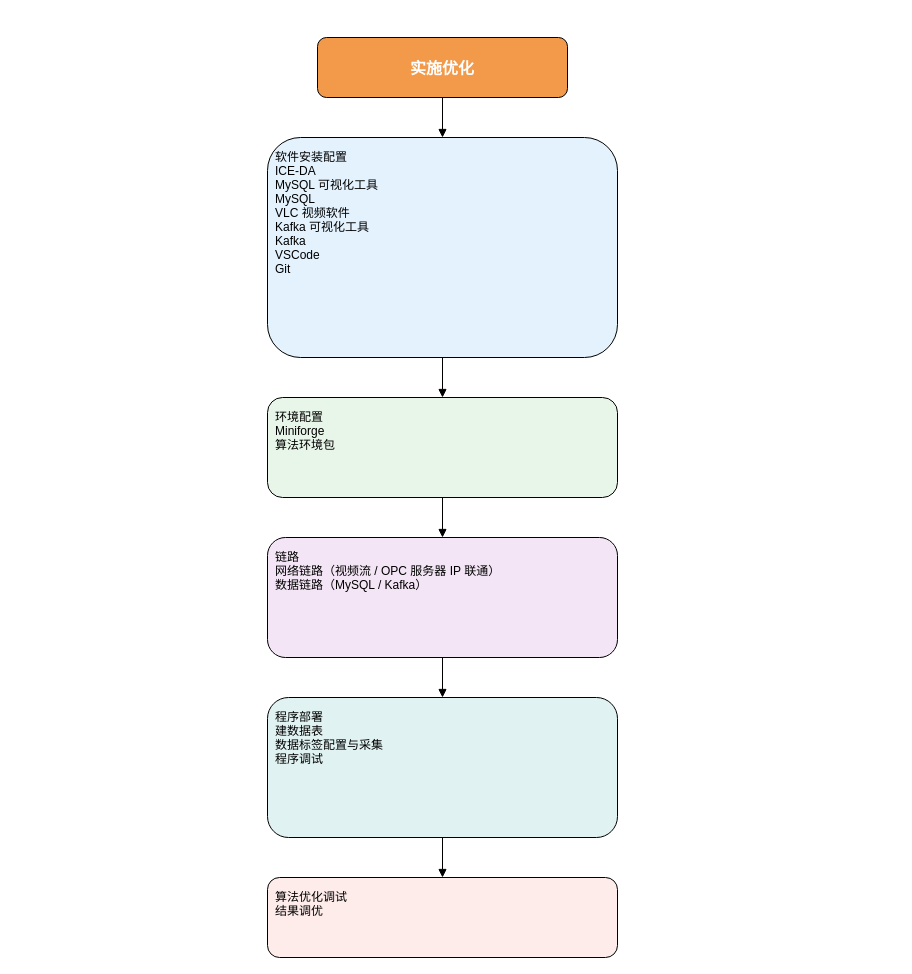
Earlier version of the draw.io diagram 实施优化图.drawio (729973389/picture). Source tidied: cells renumbered, new cells numbered last; positions are measured from the earlier drawing's top-left corner, leaving out a move shared by most shapes. Both pictures are drawn from the tidied source at 100%, with x=0, y=0 at pixel (267, 37).
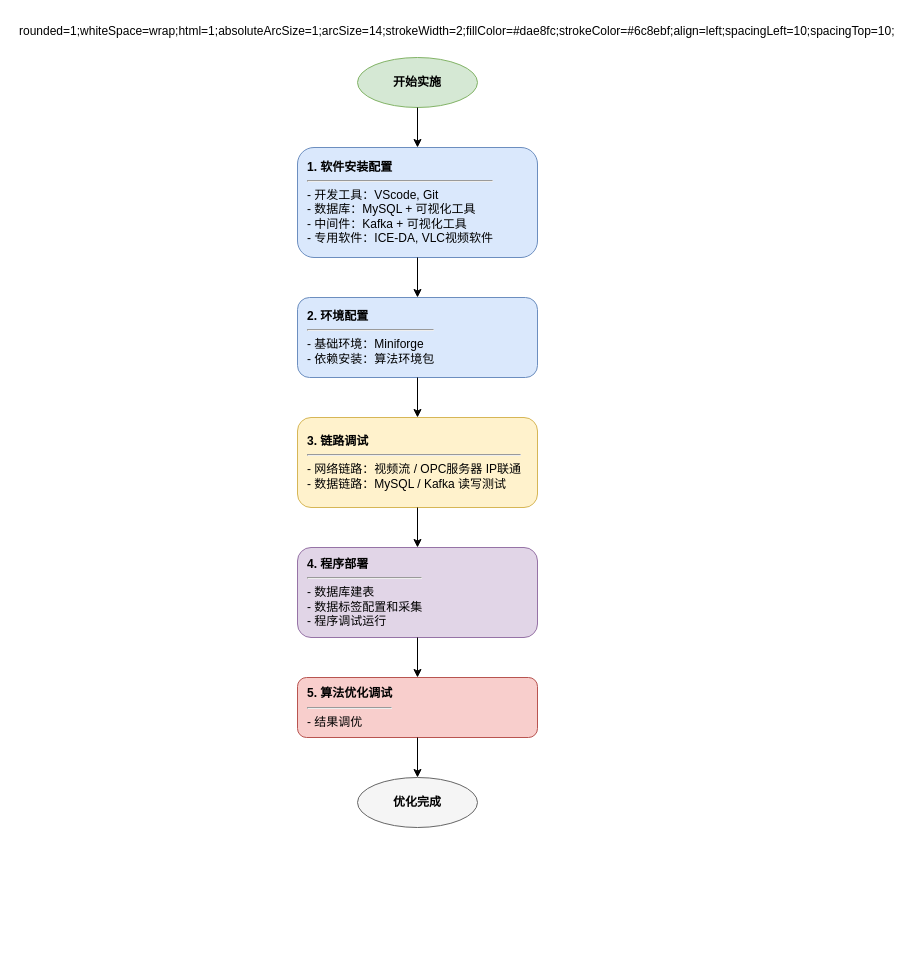
Above is the later version.

Commit message (it also covers changes not shown here):
Update 实施优化图.drawio

Change to the diagram source:
```diff
@@
 <mxGraphModel>
   <root>
     <mxCell id="0" />
     <mxCell id="1" parent="0" />
-    <mxCell id="2" value="实施优化" style="rounded=1;fillColor=#F2994A;fontColor=#FFFFFF;align=center;verticalAlign=middle;fontSize=16;fontStyle=1;" parent="1" vertex="1">
-      <mxGeometry x="50" width="250" height="60" as="geometry" />
-    </mxCell>
-    <mxCell id="3" value="软件安装配置&#10;ICE-DA&#10;MySQL 可视化工具&#10;MySQL&#10;VLC 视频软件&#10;Kafka 可视化工具&#10;Kafka&#10;VSCode&#10;Git" style="rounded=1;fillColor=#E3F2FD;align=left;verticalAlign=top;spacing=8;" parent="1" vertex="1">
-      <mxGeometry y="100" width="350" height="220" as="geometry" />
-    </mxCell>
-    <mxCell id="4" style="endArrow=block;" parent="1" edge="1" source="2" target="3">
-      <mxGeometry relative="1" as="geometry" />
-    </mxCell>
-    <mxCell id="5" value="环境配置&#10;Miniforge&#10;算法环境包" style="rounded=1;fillColor=#E8F5E9;align=left;verticalAlign=top;spacing=8;" parent="1" vertex="1">
-      <mxGeometry y="360" width="350" height="100" as="geometry" />
-    </mxCell>
-    <mxCell id="6" style="endArrow=block;" parent="1" edge="1" source="3" target="5">
-      <mxGeometry relative="1" as="geometry" />
-    </mxCell>
-    <mxCell id="7" value="链路&#10;网络链路（视频流 / OPC 服务器 IP 联通）&#10;数据链路（MySQL / Kafka）" style="rounded=1;fillColor=#F3E5F5;align=left;verticalAlign=top;spacing=8;" parent="1" vertex="1">
-      <mxGeometry y="500" width="350" height="120" as="geometry" />
-    </mxCell>
-    <mxCell id="8" style="endArrow=block;" parent="1" edge="1" source="5" target="7">
-      <mxGeometry relative="1" as="geometry" />
-    </mxCell>
-    <mxCell id="9" value="程序部署&#10;建数据表&#10;数据标签配置与采集&#10;程序调试" style="rounded=1;fillColor=#E0F2F1;align=left;verticalAlign=top;spacing=8;" parent="1" vertex="1">
-      <mxGeometry y="660" width="350" height="140" as="geometry" />
-    </mxCell>
-    <mxCell id="10" style="endArrow=block;" parent="1" edge="1" source="7" target="9">
-      <mxGeometry relative="1" as="geometry" />
-    </mxCell>
-    <mxCell id="11" value="算法优化调试&#10;结果调优" style="rounded=1;fillColor=#FDECEA;align=left;verticalAlign=top;spacing=8;" parent="1" vertex="1">
-      <mxGeometry y="840" width="350" height="80" as="geometry" />
-    </mxCell>
-    <mxCell id="12" style="endArrow=block;" parent="1" edge="1" source="9" target="11">
-      <mxGeometry relative="1" as="geometry" />
-    </mxCell>
+    <mxCell id="13" value="rounded=1;whiteSpace=wrap;html=1;absoluteArcSize=1;arcSize=14;strokeWidth=2;fillColor=#dae8fc;strokeColor=#6c8ebf;align=left;spacingLeft=10;spacingTop=10;" style="text;" parent="1" vertex="1">
+      <mxGeometry x="-250" y="-20" as="geometry" />
+    </mxCell>
+    <mxCell id="14" value="开始实施" style="ellipse;whiteSpace=wrap;html=1;fillColor=#d5e8d4;strokeColor=#82b366;fontStyle=1;" parent="1" vertex="1">
+      <mxGeometry x="90" y="20" width="120" height="50" as="geometry" />
+    </mxCell>
+    <mxCell id="15" style="edgeStyle=orthogonalEdgeStyle;rounded=0;jettySize=auto;html=1;" parent="1" edge="1" source="14" target="16">
+      <mxGeometry relative="1" as="geometry" />
+    </mxCell>
+    <mxCell id="16" value="&lt;b&gt;1. 软件安装配置&lt;/b&gt;&lt;br&gt;&lt;hr&gt;- 开发工具：VScode, Git&lt;br&gt;- 数据库：MySQL + 可视化工具&lt;br&gt;- 中间件：Kafka + 可视化工具&lt;br&gt;- 专用软件：ICE-DA, VLC视频软件" style="rounded=1;whiteSpace=wrap;html=1;align=left;spacing=10;fillColor=#dae8fc;strokeColor=#6c8ebf;" parent="1" vertex="1">
+      <mxGeometry x="30" y="110" width="240" height="110" as="geometry" />
+    </mxCell>
+    <mxCell id="17" style="edgeStyle=orthogonalEdgeStyle;rounded=0;jettySize=auto;html=1;" parent="1" edge="1" source="16" target="18">
+      <mxGeometry relative="1" as="geometry" />
+    </mxCell>
+    <mxCell id="18" value="&lt;b&gt;2. 环境配置&lt;/b&gt;&lt;br&gt;&lt;hr&gt;- 基础环境：Miniforge&lt;br&gt;- 依赖安装：算法环境包" style="rounded=1;whiteSpace=wrap;html=1;align=left;spacing=10;fillColor=#dae8fc;strokeColor=#6c8ebf;" parent="1" vertex="1">
+      <mxGeometry x="30" y="260" width="240" height="80" as="geometry" />
+    </mxCell>
+    <mxCell id="19" style="edgeStyle=orthogonalEdgeStyle;rounded=0;jettySize=auto;html=1;" parent="1" edge="1" source="18" target="20">
+      <mxGeometry relative="1" as="geometry" />
+    </mxCell>
+    <mxCell id="20" value="&lt;b&gt;3. 链路调试&lt;/b&gt;&lt;br&gt;&lt;hr&gt;- 网络链路：视频流 / OPC服务器 IP联通&lt;br&gt;- 数据链路：MySQL / Kafka 读写测试" style="rounded=1;whiteSpace=wrap;html=1;align=left;spacing=10;fillColor=#fff2cc;strokeColor=#d6b656;" parent="1" vertex="1">
+      <mxGeometry x="30" y="380" width="240" height="90" as="geometry" />
+    </mxCell>
+    <mxCell id="21" style="edgeStyle=orthogonalEdgeStyle;rounded=0;jettySize=auto;html=1;" parent="1" edge="1" source="20" target="22">
+      <mxGeometry relative="1" as="geometry" />
+    </mxCell>
+    <mxCell id="22" value="&lt;b&gt;4. 程序部署&lt;/b&gt;&lt;br&gt;&lt;hr&gt;- 数据库建表&lt;br&gt;- 数据标签配置和采集&lt;br&gt;- 程序调试运行" style="rounded=1;whiteSpace=wrap;html=1;align=left;spacing=10;fillColor=#e1d5e7;strokeColor=#9673a6;" parent="1" vertex="1">
+      <mxGeometry x="30" y="510" width="240" height="90" as="geometry" />
+    </mxCell>
+    <mxCell id="23" style="edgeStyle=orthogonalEdgeStyle;rounded=0;jettySize=auto;html=1;" parent="1" edge="1" source="22" target="24">
+      <mxGeometry relative="1" as="geometry" />
+    </mxCell>
+    <mxCell id="24" value="&lt;b&gt;5. 算法优化调试&lt;/b&gt;&lt;br&gt;&lt;hr&gt;- 结果调优" style="rounded=1;whiteSpace=wrap;html=1;align=left;spacing=10;fillColor=#f8cecc;strokeColor=#b85450;" parent="1" vertex="1">
+      <mxGeometry x="30" y="640" width="240" height="60" as="geometry" />
+    </mxCell>
+    <mxCell id="25" style="edgeStyle=orthogonalEdgeStyle;rounded=0;jettySize=auto;html=1;" parent="1" edge="1" source="24" target="26">
+      <mxGeometry relative="1" as="geometry" />
+    </mxCell>
+    <mxCell id="26" value="优化完成" style="ellipse;whiteSpace=wrap;html=1;fillColor=#f5f5f5;strokeColor=#666666;fontStyle=1;" parent="1" vertex="1">
+      <mxGeometry x="90" y="740" width="120" height="50" as="geometry" />
+    </mxCell>
   </root>
 </mxGraphModel>
```
